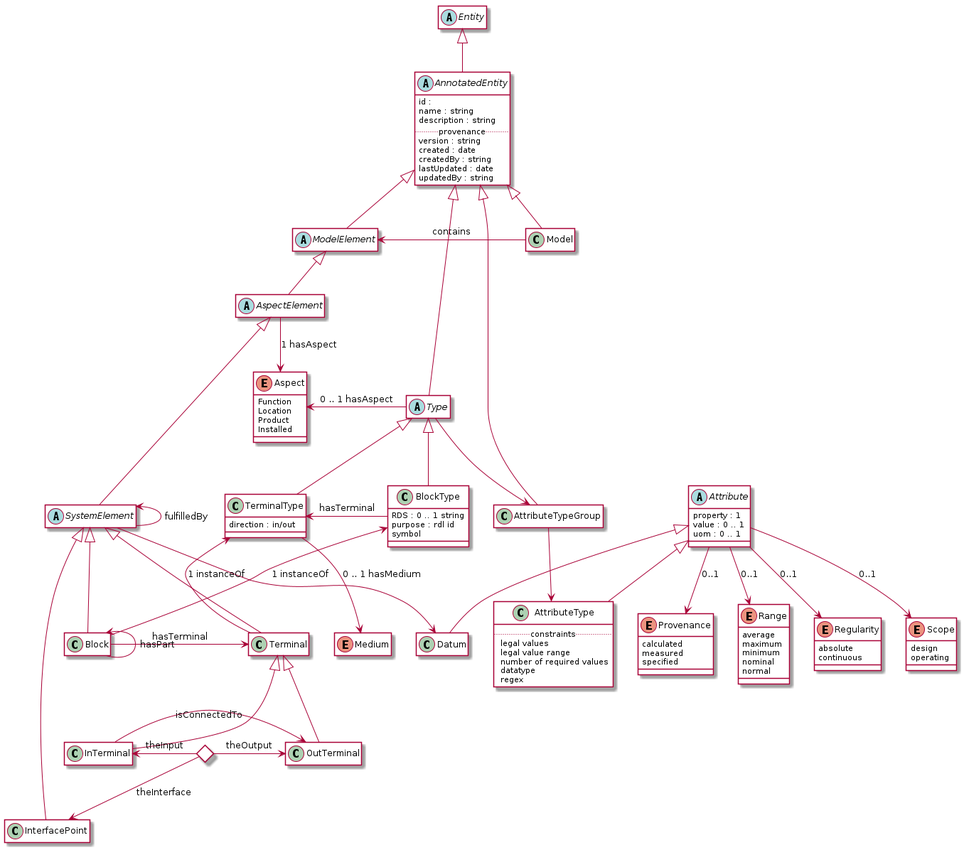
Above: out/img/imf-structural-spec.png in imf-lab/imf-ontology-semweb (PlantUML), before the change.
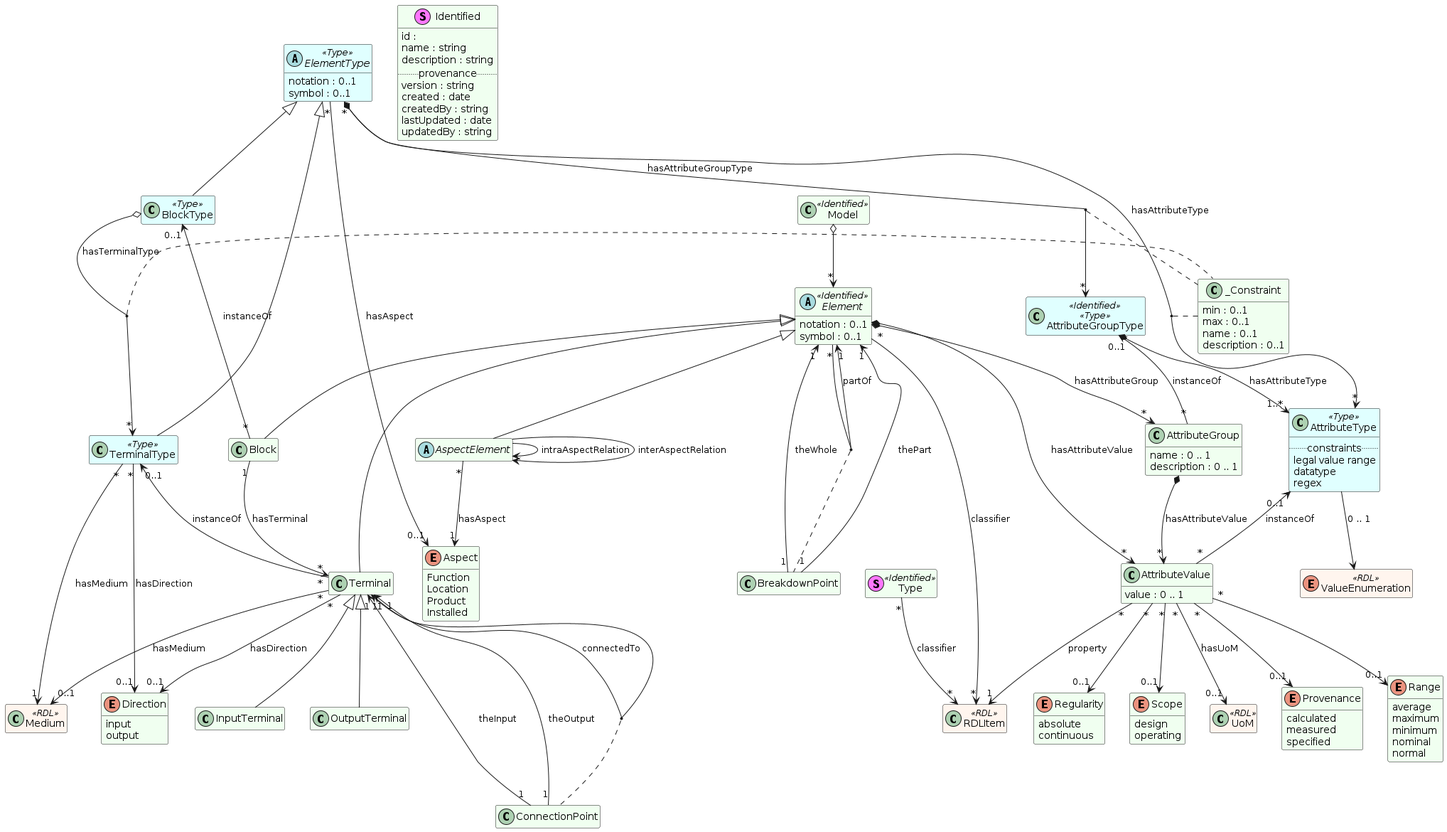
After the commit.

Change to the diagram source:
```diff
@@ -2,18 +2,24 @@
 hide empty members
 
 skinparam class {
- BackgroundColor White
+ BackgroundColor HoneyDew
+ BackgroundColor<< RDL >> SeaShell
+ BackgroundColor<< Type >> LightCyan
 }
+
+
 
 hide empty members
 
 skinparam class {
- BackgroundColor White
+ BackgroundColor HoneyDew
+ BackgroundColor<< RDL >> SeaShell
+ BackgroundColor<< Type >> LightCyan
 }
 
-abstract class Entity
 
-abstract class AnnotatedEntity {
+
+stereotype Identified {
  id :
  name : string
  description : string
@@ -25,24 +31,25 @@
  updatedBy : string
 }
 
-class Model
-abstract class ModelElement
+class Model << Identified >>
+abstract class Element << Identified >>
 
-Model -left-> ModelElement : contains
-
-Entity <|-- AnnotatedEntity
-AnnotatedEntity <|-- ModelElement
-AnnotatedEntity <|-- Model
+Model o--> "*" Element
 
 hide empty members
 
 skinparam class {
- BackgroundColor White
+ BackgroundColor HoneyDew
+ BackgroundColor<< RDL >> SeaShell
+ BackgroundColor<< Type >> LightCyan
 }
 
+
+
 abstract class AspectElement
+abstract class Element
 
-abstract class SystemElement
+Element <|-- AspectElement
 
 enum Aspect {
   Function
@@ -51,81 +58,114 @@
   Installed
 }
 
-AspectElement --> Aspect : 1 hasAspect
+AspectElement "*" --> "1" Aspect : hasAspect
 
-SystemElement --> Datum
-
-ModelElement  <|-- AspectElement
-AspectElement <|-- SystemElement
-
+AspectElement --> AspectElement : intraAspectRelation
+AspectElement --> AspectElement : interAspectRelation
 
 hide empty members
 
 skinparam class {
- BackgroundColor White
+ BackgroundColor HoneyDew
+ BackgroundColor<< RDL >> SeaShell
+ BackgroundColor<< Type >> LightCyan
 }
 
-AnnotatedEntity <|-- Type
-AnnotatedEntity <|-- AttributeTypeGroup
 
-abstract class Type {
+
+stereotype Type << Identified >>
+
+abstract class ElementType << Type >> {
+  notation : 0..1
+  symbol : 0..1
 }
 
-Type -left-> Aspect : 0 .. 1 hasAspect
-BlockType -left-> TerminalType : hasTerminal
-
-class BlockType {
-  RDS : 0 .. 1 string
-  purpose : rdl id
-  symbol
-}
-class TerminalType {
-  direction : in/out
+class BlockType << Type >> {
 }
 
-enum Medium
+class TerminalType << Type >>
 
-TerminalType --> Medium : 0 .. 1 hasMedium
+class AttributeGroupType << Identified >> << Type >>
 
-class AttributeTypeGroup
-
-class AttributeType {
+class AttributeType << Type >> {
 .. constraints ..
- legal values
  legal value range
- number of required values
  datatype
  regex
 }
 
-Type <|-- BlockType
-Type <|-- TerminalType
+ElementType <|-- BlockType
+ElementType <|-- TerminalType
 
-BlockType <-- Block : 1 instanceOf
-TerminalType <-- Terminal : 1 instanceOf
+Type "*" --> "*" RDLItem : classifier
 
-Type --> AttributeTypeGroup
-AttributeTypeGroup --> AttributeType
-Attribute <|-- AttributeType
+ElementType "*" --> "0..1" Aspect : hasAspect
+
+TerminalType "*" --> "1" Medium : hasMedium
+TerminalType "*" --> "0..1" Direction : hasDirection
+
+BlockType o--> "*" TerminalType : hasTerminalType
+(BlockType, TerminalType) .. _Constraint
+
+class _Constraint {
+ min : 0..1
+ max : 0..1
+ name : 0..1
+ description : 0..1
+}
+
+ElementType "*" --> "*" AttributeGroupType : hasAttributeGroupType
+(ElementType, AttributeGroupType) .. _Constraint
+
+ElementType *--> "*" AttributeType : hasAttributeType
+(ElementType, AttributeType) .. _Constraint
+
+AttributeGroupType *--> "1..*" AttributeType : hasAttributeType
+
+BlockType "0..1" <-- "*" Block : instanceOf
+TerminalType "0..1" <-- "*" Terminal : instanceOf
+AttributeType "0..1" <-- "*" AttributeValue : instanceOf
+AttributeGroupType "0..1" <-- "*" AttributeGroup : instanceOf
+
+enum ValueEnumeration << RDL >>
+AttributeType --> ValueEnumeration : 0 .. 1
 
 hide empty members
 
 skinparam class {
- BackgroundColor White
+ BackgroundColor HoneyDew
+ BackgroundColor<< RDL >> SeaShell
+ BackgroundColor<< Type >> LightCyan
 }
 
-abstract class Attribute {
- property : 1
- value : 0 .. 1
- uom : 0 .. 1
+
+
+abstract class Element
+
+Element *--> "*" AttributeValue : hasAttributeValue
+Element *--> "*" AttributeGroup : hasAttributeGroup
+
+AttributeGroup *--> "*" AttributeValue : hasAttributeValue
+
+class AttributeGroup {
+ name : 0 .. 1
+ description : 0 .. 1
 }
 
-Attribute <|-- Datum
+class AttributeValue {
+ value : 0 .. 1
+}
 
-Attribute --> Provenance : 0..1
-Attribute --> Range : 0..1
-Attribute --> Regularity : 0..1
-Attribute --> Scope : 0..1
+class UoM << RDL >>
+class RDLItem <<RDL >>
+
+AttributeValue "*" --> "0..1" UoM : hasUoM
+AttributeValue "*" --> "1" RDLItem : property
+
+AttributeValue "*" --> "0..1" Provenance
+AttributeValue "*" --> "0..1" Range
+AttributeValue "*" --> "0..1" Regularity
+AttributeValue "*" --> "0..1" Scope
 
 
 enum Provenance {
@@ -149,38 +189,58 @@
   operating
 }
 
-
 hide empty members
 
 skinparam class {
- BackgroundColor White
+ BackgroundColor HoneyDew
+ BackgroundColor<< RDL >> SeaShell
+ BackgroundColor<< Type >> LightCyan
 }
 
 
+
+abstract class Element << Identified >> {
+  notation : 0..1
+  symbol : 0..1
+}
+
 class Block
 class Terminal
-class InTerminal
-class OutTerminal
-class InterfacePoint
+class InputTerminal
+class OutputTerminal
 
-SystemElement <|-- Block
-SystemElement <|-- Terminal
-SystemElement <|-- InterfacePoint
+class RDLItem << RDL >>
+class Medium << RDL >>
 
-Terminal <|-- InTerminal
-Terminal <|-- OutTerminal
+enum Direction {
+ input
+ output
+}
 
-Block -right-> Terminal : hasTerminal
+Element "*" --> "*" RDLItem : classifier
 
-Block <-- Block : hasPart
+Element <|-- Block
+Element <|-- Terminal
 
-<> connection
-InTerminal  <-left- connection : theInput
-OutTerminal <-right- connection : theOutput
-InterfacePoint <-down- connection : theInterface
-InTerminal --> OutTerminal : isConnectedTo
+Terminal <|-- InputTerminal
+Terminal <|-- OutputTerminal
 
-SystemElement <-- SystemElement : fulfilledBy
+Block "1" --> "*" Terminal : hasTerminal
+Terminal "*" --> "0..1" Medium : hasMedium
+Terminal "*" --> "0..1" Direction : hasDirection
+
+Element "1" <-- "*" Element : partOf
+Terminal "1" --> "1" Terminal : connectedTo
+
+class BreakdownPoint
+(Element, Element) .. BreakdownPoint
+Element "1" <-- "1" BreakdownPoint : thePart
+Element "1" <-- "1" BreakdownPoint : theWhole
+
+class ConnectionPoint
+(Terminal, Terminal) .. ConnectionPoint
+Terminal "1" <-- "1" ConnectionPoint : theInput
+Terminal "1" <-- "1" ConnectionPoint : theOutput
 
 
 @enduml
```
